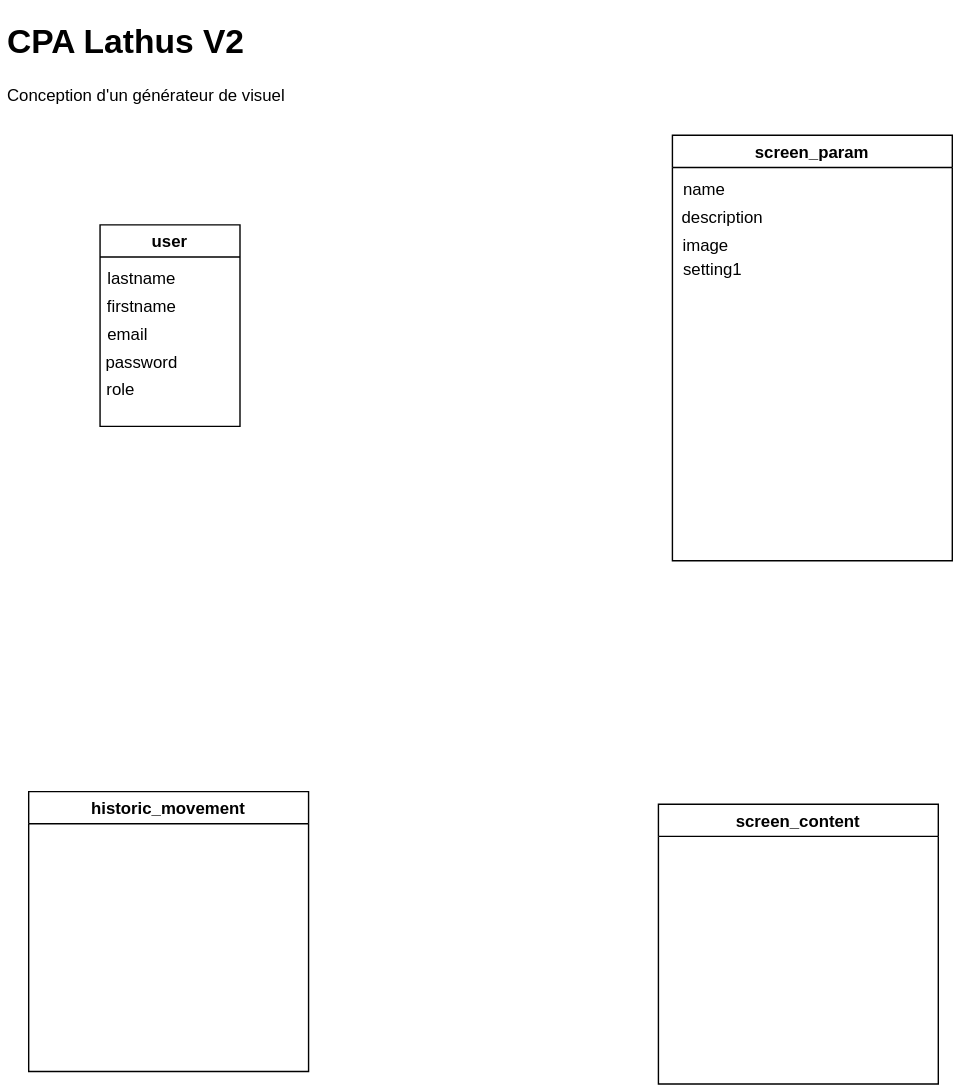
This is sources/mcd.drawio.svg from maitrecanard/cpa_lathus_v2, a draw.io export, as it was before one commit. Source tidied: cells renumbered, new cells last; positions are measured from the earlier drawing's top-left corner, leaving out a move shared by most shapes.
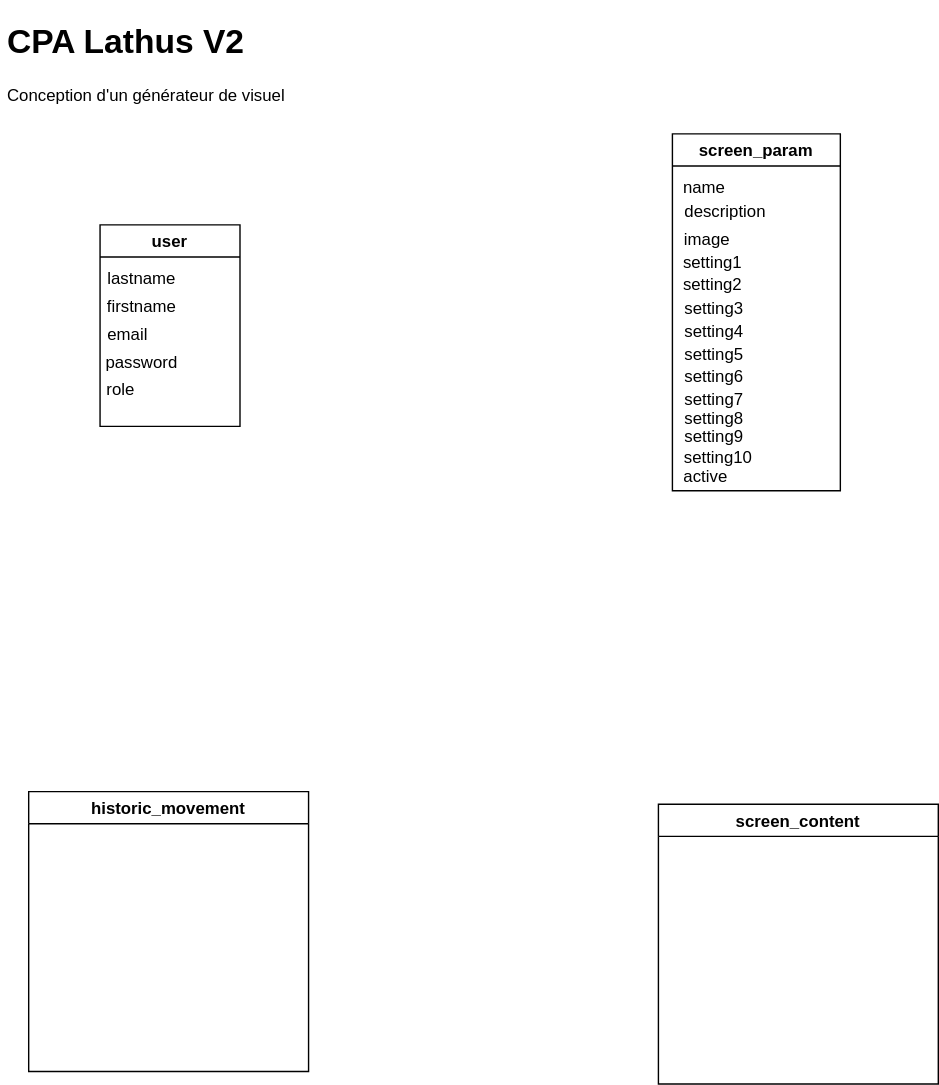
After the change.

Commit message:
maj mcd

What changed in the source:
```diff
@@ -24,20 +24,50 @@
       <mxGeometry x="-15" y="103" width="60" height="30" as="geometry" />
     </mxCell>
     <mxCell id="9" value="screen_param" style="swimlane;" parent="1" vertex="1">
-      <mxGeometry x="480" y="86" width="200" height="304" as="geometry" />
+      <mxGeometry x="480" y="85" width="120" height="255" as="geometry" />
     </mxCell>
     <mxCell id="10" value="name" style="text;html=1;strokeColor=none;fillColor=none;align=center;verticalAlign=middle;whiteSpace=wrap;rounded=0;" parent="9" vertex="1">
       <mxGeometry x="-7" y="24" width="60" height="30" as="geometry" />
     </mxCell>
     <mxCell id="11" value="description" style="text;html=1;strokeColor=none;fillColor=none;align=center;verticalAlign=middle;whiteSpace=wrap;rounded=0;" parent="9" vertex="1">
-      <mxGeometry x="6" y="44" width="60" height="30" as="geometry" />
+      <mxGeometry x="8" y="41" width="60" height="30" as="geometry" />
     </mxCell>
     <mxCell id="12" value="image" style="text;html=1;strokeColor=none;fillColor=none;align=center;verticalAlign=middle;whiteSpace=wrap;rounded=0;" parent="9" vertex="1">
-      <mxGeometry x="-6" y="64" width="60" height="30" as="geometry" />
+      <mxGeometry x="-5" y="61" width="60" height="30" as="geometry" />
     </mxCell>
     <mxCell id="13" value="setting1" style="text;html=1;strokeColor=none;fillColor=none;align=center;verticalAlign=middle;whiteSpace=wrap;rounded=0;" parent="9" vertex="1">
-      <mxGeometry x="-1" y="81" width="60" height="30" as="geometry" />
+      <mxGeometry x="-1" y="77" width="60" height="30" as="geometry" />
     </mxCell>
+    <mxCell id="16" value="setting2" style="text;html=1;strokeColor=none;fillColor=none;align=center;verticalAlign=middle;whiteSpace=wrap;rounded=0;" parent="9" vertex="1">
+      <mxGeometry x="-1" y="93" width="60" height="30" as="geometry" />
+    </mxCell>
+    <mxCell id="17" value="setting3" style="text;html=1;strokeColor=none;fillColor=none;align=center;verticalAlign=middle;whiteSpace=wrap;rounded=0;" parent="9" vertex="1">
+      <mxGeometry y="110" width="60" height="30" as="geometry" />
+    </mxCell>
+    <mxCell id="18" value="setting4" style="text;html=1;strokeColor=none;fillColor=none;align=center;verticalAlign=middle;whiteSpace=wrap;rounded=0;" parent="9" vertex="1">
+      <mxGeometry y="127" width="60" height="30" as="geometry" />
+    </mxCell>
+    <mxCell id="19" value="setting5" style="text;html=1;strokeColor=none;fillColor=none;align=center;verticalAlign=middle;whiteSpace=wrap;rounded=0;" parent="9" vertex="1">
+      <mxGeometry y="143" width="60" height="30" as="geometry" />
+    </mxCell>
+    <mxCell id="20" value="setting6" style="text;html=1;strokeColor=none;fillColor=none;align=center;verticalAlign=middle;whiteSpace=wrap;rounded=0;" parent="9" vertex="1">
+      <mxGeometry y="159" width="60" height="30" as="geometry" />
+    </mxCell>
+    <mxCell id="21" value="setting7" style="text;html=1;strokeColor=none;fillColor=none;align=center;verticalAlign=middle;whiteSpace=wrap;rounded=0;" parent="9" vertex="1">
+      <mxGeometry y="175" width="60" height="30" as="geometry" />
+    </mxCell>
+    <mxCell id="22" value="setting8" style="text;html=1;strokeColor=none;fillColor=none;align=center;verticalAlign=middle;whiteSpace=wrap;rounded=0;" parent="9" vertex="1">
+      <mxGeometry y="189" width="60" height="30" as="geometry" />
+    </mxCell>
+    <mxCell id="23" value="setting9" style="text;html=1;strokeColor=none;fillColor=none;align=center;verticalAlign=middle;whiteSpace=wrap;rounded=0;" parent="9" vertex="1">
+      <mxGeometry y="202" width="60" height="30" as="geometry" />
+    </mxCell>
+    <mxCell id="24" value="setting10" style="text;html=1;strokeColor=none;fillColor=none;align=center;verticalAlign=middle;whiteSpace=wrap;rounded=0;" parent="9" vertex="1">
+      <mxGeometry x="3" y="217" width="60" height="30" as="geometry" />
+    </mxCell>
+    <mxCell id="25" value="active" style="text;html=1;strokeColor=none;fillColor=none;align=center;verticalAlign=middle;whiteSpace=wrap;rounded=0;" parent="9" vertex="1">
+      <mxGeometry x="-6" y="230" width="60" height="30" as="geometry" />
+    </mxCell>
     <mxCell id="14" value="historic_movement" style="swimlane;" parent="1" vertex="1">
       <mxGeometry x="20" y="555" width="200" height="200" as="geometry" />
     </mxCell>
```
